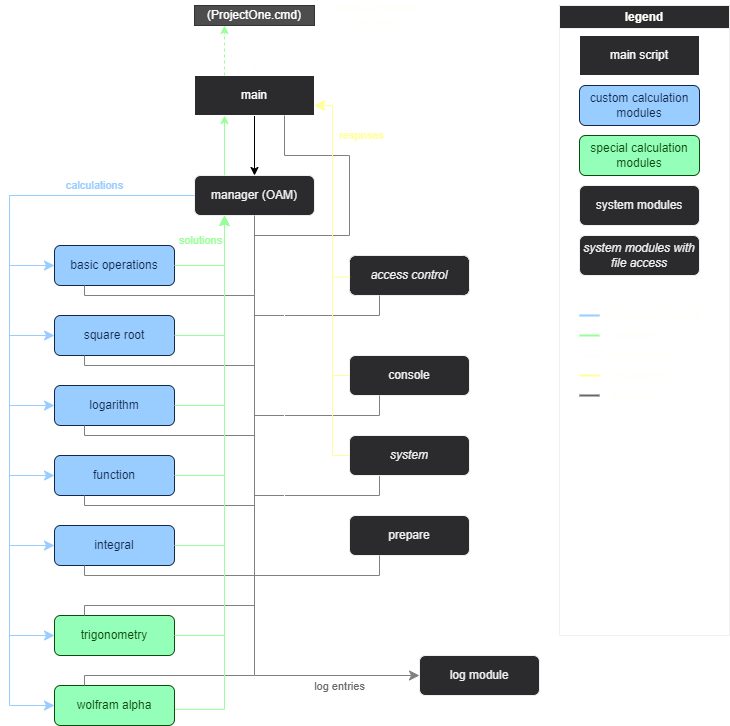
This is appdata/icons/architecture.png from burk-manu/ProjectOne, a draw.io export, as it was before one commit. Source tidied: cells renumbered, new cells last; positions are measured from the earlier drawing's top-left corner, leaving out a move shared by most shapes.
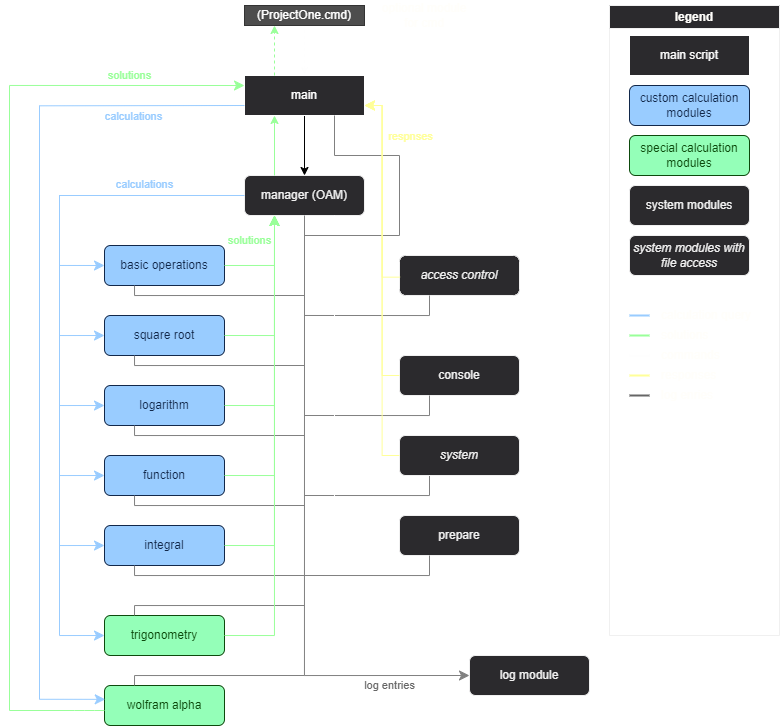
Later version of the same file.

Commit message:
Readme, architecture, trigonometry, and more

The edit, as a diff of the source:
```diff
@@ -208,9 +208,9 @@
         <mxPoint y="195" as="targetPoint" />
       </mxGeometry>
     </mxCell>
-    <mxCell id="46" style="edgeStyle=segmentEdgeStyle;endArrow=none;html=1;curved=0;rounded=0;endSize=8;startSize=8;strokeColor=#99CCFF;strokeWidth=1;endFill=0;startArrow=classic;startFill=1;exitX=0;exitY=0.5;exitDx=0;exitDy=0;" parent="1" edge="1" source="8">
+    <mxCell id="46" style="edgeStyle=segmentEdgeStyle;endArrow=none;html=1;curved=0;rounded=0;endSize=8;startSize=8;strokeColor=#99CCFF;strokeWidth=1;endFill=0;startArrow=classic;startFill=1;exitX=0.006;exitY=0.346;exitDx=0;exitDy=0;exitPerimeter=0;" parent="1" edge="1" source="8">
       <mxGeometry relative="1" as="geometry">
-        <mxPoint y="195" as="targetPoint" />
+        <mxPoint x="-20" y="105" as="targetPoint" />
       </mxGeometry>
     </mxCell>
     <mxCell id="47" style="edgeStyle=segmentEdgeStyle;endArrow=none;html=1;curved=0;rounded=0;endSize=8;startSize=8;strokeColor=#FFFFFF;strokeWidth=1;endFill=0;startArrow=classic;startFill=1;exitX=0;exitY=0.5;exitDx=0;exitDy=0;entryX=0.75;entryY=1;entryDx=0;entryDy=0;" parent="1" edge="1" source="5" target="16">
@@ -326,9 +326,6 @@
     <mxCell id="75" style="edgeStyle=segmentEdgeStyle;endArrow=classic;html=1;curved=0;rounded=0;endSize=8;startSize=8;strokeColor=#99FF99;strokeWidth=1;fontColor=#666666;entryX=0.25;entryY=1;entryDx=0;entryDy=0;exitX=1;exitY=0.5;exitDx=0;exitDy=0;" parent="1" edge="1" source="10" target="16">
       <mxGeometry relative="1" as="geometry" />
     </mxCell>
-    <mxCell id="76" style="edgeStyle=segmentEdgeStyle;endArrow=classic;html=1;curved=0;rounded=0;endSize=8;startSize=8;strokeColor=#99FF99;strokeWidth=1;fontColor=#666666;entryX=0.25;entryY=1;entryDx=0;entryDy=0;exitX=1.004;exitY=0.597;exitDx=0;exitDy=0;exitPerimeter=0;" parent="1" edge="1" source="8" target="16">
-      <mxGeometry relative="1" as="geometry" />
-    </mxCell>
     <mxCell id="77" style="edgeStyle=segmentEdgeStyle;endArrow=classic;html=1;curved=0;rounded=0;endSize=8;startSize=8;strokeColor=#99FF99;strokeWidth=1;fontColor=#666666;entryX=0.25;entryY=1;entryDx=0;entryDy=0;exitX=1;exitY=0.5;exitDx=0;exitDy=0;" parent="1" edge="1" source="7" target="16">
       <mxGeometry relative="1" as="geometry" />
     </mxCell>
@@ -357,5 +354,35 @@
         <mxPoint x="26" y="-66" as="offset" />
       </mxGeometry>
     </mxCell>
+    <mxCell id="85" style="edgeStyle=none;html=1;exitX=0;exitY=0.5;exitDx=0;exitDy=0;strokeColor=#99CCFF;strokeWidth=1;startArrow=none;startFill=0;endArrow=none;endFill=0;" parent="1" edge="1">
+      <mxGeometry relative="1" as="geometry">
+        <mxPoint x="185" y="105" as="sourcePoint" />
+        <mxPoint x="-20" y="105.3" as="targetPoint" />
+      </mxGeometry>
+    </mxCell>
+    <mxCell id="86" value="calculations" style="edgeLabel;html=1;align=center;verticalAlign=middle;fontColor=#99CCFF;labelBackgroundColor=none;" parent="85" vertex="1">
+      <mxGeometry x="0.09" y="-1" relative="1" as="geometry">
+        <mxPoint y="11" as="offset" />
+      </mxGeometry>
+    </mxCell>
+    <mxCell id="87" style="edgeStyle=none;html=1;strokeColor=#99FF99;strokeWidth=1;startArrow=none;startFill=0;endArrow=none;endFill=0;" parent="1" edge="1">
+      <mxGeometry relative="1" as="geometry">
+        <mxPoint x="45" y="710" as="sourcePoint" />
+        <mxPoint x="-50" y="710" as="targetPoint" />
+        <Array as="points">
+          <mxPoint x="25" y="710" />
+        </Array>
+      </mxGeometry>
+    </mxCell>
+    <mxCell id="88" style="edgeStyle=segmentEdgeStyle;endArrow=none;html=1;curved=0;rounded=0;endSize=8;startSize=8;startArrow=classic;startFill=1;endFill=0;exitX=0;exitY=0.25;exitDx=0;exitDy=0;strokeColor=#99FF99;" parent="1" edge="1" source="19">
+      <mxGeometry relative="1" as="geometry">
+        <mxPoint x="-50" y="710" as="targetPoint" />
+      </mxGeometry>
+    </mxCell>
+    <mxCell id="89" value="solutions" style="edgeLabel;html=1;align=center;verticalAlign=middle;fontColor=#99FF99;labelBackgroundColor=none;" parent="88" vertex="1">
+      <mxGeometry x="-0.67" y="-3" relative="1" as="geometry">
+        <mxPoint x="28" y="-7" as="offset" />
+      </mxGeometry>
+    </mxCell>
   </root>
 </mxGraphModel>
```
